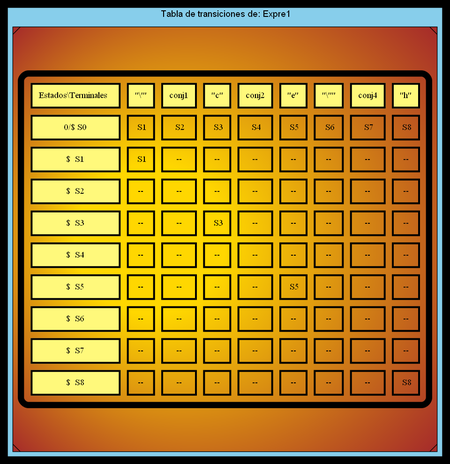
SergieArizandieta/OLC1-P1-202000119 keeps this Graphviz diagram as TRANSICIONES_202000119/TransicionesExpre1.png. Above is the earlier version. Its source is kept beside it as TRANSICIONES_202000119/TransicionesExpre1.dot. The source it was exported from:
```dot
digraph G { bgcolor="black"
   fontname="Helvetica,Arial,sans-serif"
  edge [fontname="Helvetica,Arial,sans-serif"]
  subgraph cluster1 {fillcolor="skyblue" style="filled"
  node [shape=Msquare fillcolor="gold:brown" style="radial" gradientangle=180]
  label = " Tabla de transiciones de: Expre1"
  a0 [label=<
  <TABLE border="10" cellspacing="10" cellpadding="10" style="rounded" gradientangle="315">
  <TR>
      <TD border="3" bgcolor="#FFF97B">Estados\Terminales  </TD>
      <TD border="3" bgcolor="#FFF97B">"\'"</TD>
      <TD border="3" bgcolor="#FFF97B">conj1</TD>
      <TD border="3" bgcolor="#FFF97B">"c"</TD>
      <TD border="3" bgcolor="#FFF97B">conj2</TD>
      <TD border="3" bgcolor="#FFF97B">"e"</TD>
      <TD border="3" bgcolor="#FFF97B">"\""</TD>
      <TD border="3" bgcolor="#FFF97B">conj4</TD>
      <TD border="3" bgcolor="#FFF97B">"h"</TD>
  </TR>
  <TR>
      <TD border="3" bgcolor="#FFF97B">0/$ S0</TD>
      <TD border="3" > S1</TD>
      <TD border="3" > S2</TD>
      <TD border="3" > S3</TD>
      <TD border="3" > S4</TD>
      <TD border="3" > S5</TD>
      <TD border="3" > S6</TD>
      <TD border="3" > S7</TD>
      <TD border="3" > S8</TD>
  </TR>
  <TR>
      <TD border="3" bgcolor="#FFF97B">$  S1</TD>
      <TD border="3" > S1</TD>
      <TD border="3" > -- </TD>
      <TD border="3" > -- </TD>
      <TD border="3" > -- </TD>
      <TD border="3" > -- </TD>
      <TD border="3" > -- </TD>
      <TD border="3" > -- </TD>
      <TD border="3" > -- </TD>
  </TR>
  <TR>
      <TD border="3" bgcolor="#FFF97B">$  S2</TD>
      <TD border="3" > -- </TD>
      <TD border="3" > -- </TD>
      <TD border="3" > -- </TD>
      <TD border="3" > -- </TD>
      <TD border="3" > -- </TD>
      <TD border="3" > -- </TD>
      <TD border="3" > -- </TD>
      <TD border="3" > -- </TD>
  </TR>
  <TR>
      <TD border="3" bgcolor="#FFF97B">$  S3</TD>
      <TD border="3" > -- </TD>
      <TD border="3" > -- </TD>
      <TD border="3" > S3</TD>
      <TD border="3" > -- </TD>
      <TD border="3" > -- </TD>
      <TD border="3" > -- </TD>
      <TD border="3" > -- </TD>
      <TD border="3" > -- </TD>
  </TR>
  <TR>
      <TD border="3" bgcolor="#FFF97B">$  S4</TD>
      <TD border="3" > -- </TD>
      <TD border="3" > -- </TD>
      <TD border="3" > -- </TD>
      <TD border="3" > -- </TD>
      <TD border="3" > -- </TD>
      <TD border="3" > -- </TD>
      <TD border="3" > -- </TD>
      <TD border="3" > -- </TD>
  </TR>
  <TR>
      <TD border="3" bgcolor="#FFF97B">$  S5</TD>
      <TD border="3" > -- </TD>
      <TD border="3" > -- </TD>
      <TD border="3" > -- </TD>
      <TD border="3" > -- </TD>
      <TD border="3" > S5</TD>
      <TD border="3" > -- </TD>
      <TD border="3" > -- </TD>
      <TD border="3" > -- </TD>
  </TR>
  <TR>
      <TD border="3" bgcolor="#FFF97B">$  S6</TD>
      <TD border="3" > -- </TD>
      <TD border="3" > -- </TD>
      <TD border="3" > -- </TD>
      <TD border="3" > -- </TD>
      <TD border="3" > -- </TD>
      <TD border="3" > -- </TD>
      <TD border="3" > -- </TD>
      <TD border="3" > -- </TD>
  </TR>
  <TR>
      <TD border="3" bgcolor="#FFF97B">$  S7</TD>
      <TD border="3" > -- </TD>
      <TD border="3" > -- </TD>
      <TD border="3" > -- </TD>
      <TD border="3" > -- </TD>
      <TD border="3" > -- </TD>
      <TD border="3" > -- </TD>
      <TD border="3" > -- </TD>
      <TD border="3" > -- </TD>
  </TR>
  <TR>
      <TD border="3" bgcolor="#FFF97B">$  S8</TD>
      <TD border="3" > -- </TD>
      <TD border="3" > -- </TD>
      <TD border="3" > -- </TD>
      <TD border="3" > -- </TD>
      <TD border="3" > -- </TD>
      <TD border="3" > -- </TD>
      <TD border="3" > -- </TD>
      <TD border="3" > S8</TD>
  </TR>

</TABLE>>];}}
```
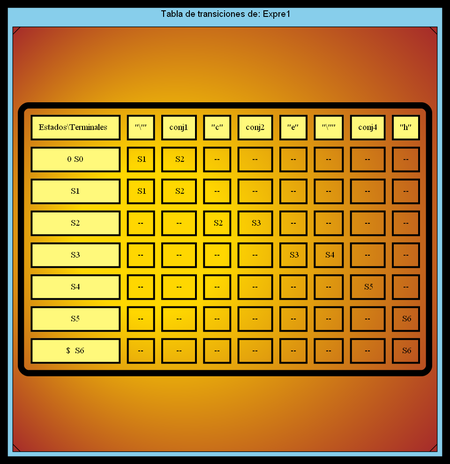
After the commit.

Diff of the diagram source:
```diff
@@ -18,20 +18,9 @@
       <TD border="3" bgcolor="#FFF97B">"h"</TD>
   </TR>
   <TR>
-      <TD border="3" bgcolor="#FFF97B">0/$ S0</TD>
+      <TD border="3" bgcolor="#FFF97B">0 S0</TD>
       <TD border="3" > S1</TD>
       <TD border="3" > S2</TD>
-      <TD border="3" > S3</TD>
-      <TD border="3" > S4</TD>
-      <TD border="3" > S5</TD>
-      <TD border="3" > S6</TD>
-      <TD border="3" > S7</TD>
-      <TD border="3" > S8</TD>
-  </TR>
-  <TR>
-      <TD border="3" bgcolor="#FFF97B">$  S1</TD>
-      <TD border="3" > S1</TD>
-      <TD border="3" > -- </TD>
       <TD border="3" > -- </TD>
       <TD border="3" > -- </TD>
       <TD border="3" > -- </TD>
@@ -40,9 +29,9 @@
       <TD border="3" > -- </TD>
   </TR>
   <TR>
-      <TD border="3" bgcolor="#FFF97B">$  S2</TD>
-      <TD border="3" > -- </TD>
-      <TD border="3" > -- </TD>
+      <TD border="3" bgcolor="#FFF97B">S1</TD>
+      <TD border="3" > S1</TD>
+      <TD border="3" > S2</TD>
       <TD border="3" > -- </TD>
       <TD border="3" > -- </TD>
       <TD border="3" > -- </TD>
@@ -51,18 +40,40 @@
       <TD border="3" > -- </TD>
   </TR>
   <TR>
-      <TD border="3" bgcolor="#FFF97B">$  S3</TD>
+      <TD border="3" bgcolor="#FFF97B">S2</TD>
       <TD border="3" > -- </TD>
       <TD border="3" > -- </TD>
+      <TD border="3" > S2</TD>
       <TD border="3" > S3</TD>
-      <TD border="3" > -- </TD>
       <TD border="3" > -- </TD>
       <TD border="3" > -- </TD>
       <TD border="3" > -- </TD>
       <TD border="3" > -- </TD>
   </TR>
   <TR>
-      <TD border="3" bgcolor="#FFF97B">$  S4</TD>
+      <TD border="3" bgcolor="#FFF97B">S3</TD>
+      <TD border="3" > -- </TD>
+      <TD border="3" > -- </TD>
+      <TD border="3" > -- </TD>
+      <TD border="3" > -- </TD>
+      <TD border="3" > S3</TD>
+      <TD border="3" > S4</TD>
+      <TD border="3" > -- </TD>
+      <TD border="3" > -- </TD>
+  </TR>
+  <TR>
+      <TD border="3" bgcolor="#FFF97B">S4</TD>
+      <TD border="3" > -- </TD>
+      <TD border="3" > -- </TD>
+      <TD border="3" > -- </TD>
+      <TD border="3" > -- </TD>
+      <TD border="3" > -- </TD>
+      <TD border="3" > -- </TD>
+      <TD border="3" > S5</TD>
+      <TD border="3" > -- </TD>
+  </TR>
+  <TR>
+      <TD border="3" bgcolor="#FFF97B">S5</TD>
       <TD border="3" > -- </TD>
       <TD border="3" > -- </TD>
       <TD border="3" > -- </TD>
@@ -70,18 +81,7 @@
       <TD border="3" > -- </TD>
       <TD border="3" > -- </TD>
       <TD border="3" > -- </TD>
-      <TD border="3" > -- </TD>
-  </TR>
-  <TR>
-      <TD border="3" bgcolor="#FFF97B">$  S5</TD>
-      <TD border="3" > -- </TD>
-      <TD border="3" > -- </TD>
-      <TD border="3" > -- </TD>
-      <TD border="3" > -- </TD>
-      <TD border="3" > S5</TD>
-      <TD border="3" > -- </TD>
-      <TD border="3" > -- </TD>
-      <TD border="3" > -- </TD>
+      <TD border="3" > S6</TD>
   </TR>
   <TR>
       <TD border="3" bgcolor="#FFF97B">$  S6</TD>
@@ -92,29 +92,7 @@
       <TD border="3" > -- </TD>
       <TD border="3" > -- </TD>
       <TD border="3" > -- </TD>
-      <TD border="3" > -- </TD>
-  </TR>
-  <TR>
-      <TD border="3" bgcolor="#FFF97B">$  S7</TD>
-      <TD border="3" > -- </TD>
-      <TD border="3" > -- </TD>
-      <TD border="3" > -- </TD>
-      <TD border="3" > -- </TD>
-      <TD border="3" > -- </TD>
-      <TD border="3" > -- </TD>
-      <TD border="3" > -- </TD>
-      <TD border="3" > -- </TD>
-  </TR>
-  <TR>
-      <TD border="3" bgcolor="#FFF97B">$  S8</TD>
-      <TD border="3" > -- </TD>
-      <TD border="3" > -- </TD>
-      <TD border="3" > -- </TD>
-      <TD border="3" > -- </TD>
-      <TD border="3" > -- </TD>
-      <TD border="3" > -- </TD>
-      <TD border="3" > -- </TD>
-      <TD border="3" > S8</TD>
+      <TD border="3" > S6</TD>
   </TR>
 
 </TABLE>>];}}
```
